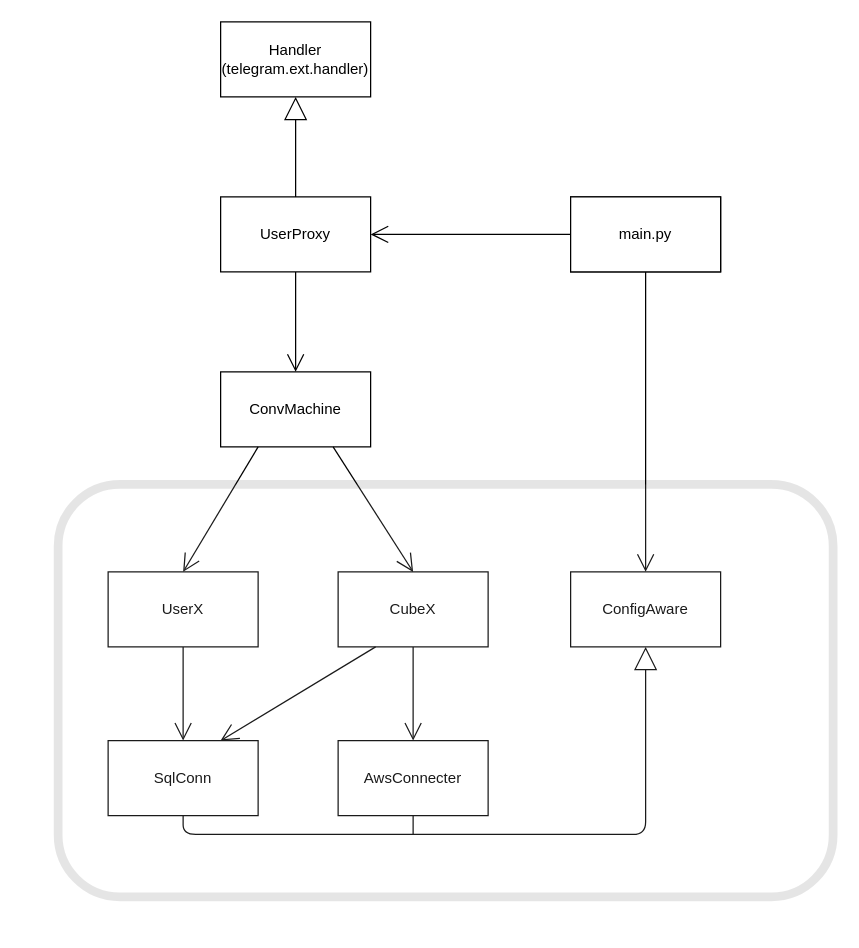
This is docs/source/images/drawio/CubeX.drawio from Andrew001207/CubeX, a draw.io file, before an edit. Source tidied: cells renumbered, new cells numbered last; positions are measured from the earlier drawing's top-left corner, leaving out a move shared by most shapes. Both pictures are drawn from the tidied source at 125%, with x=0, y=0 at pixel (58, 21).
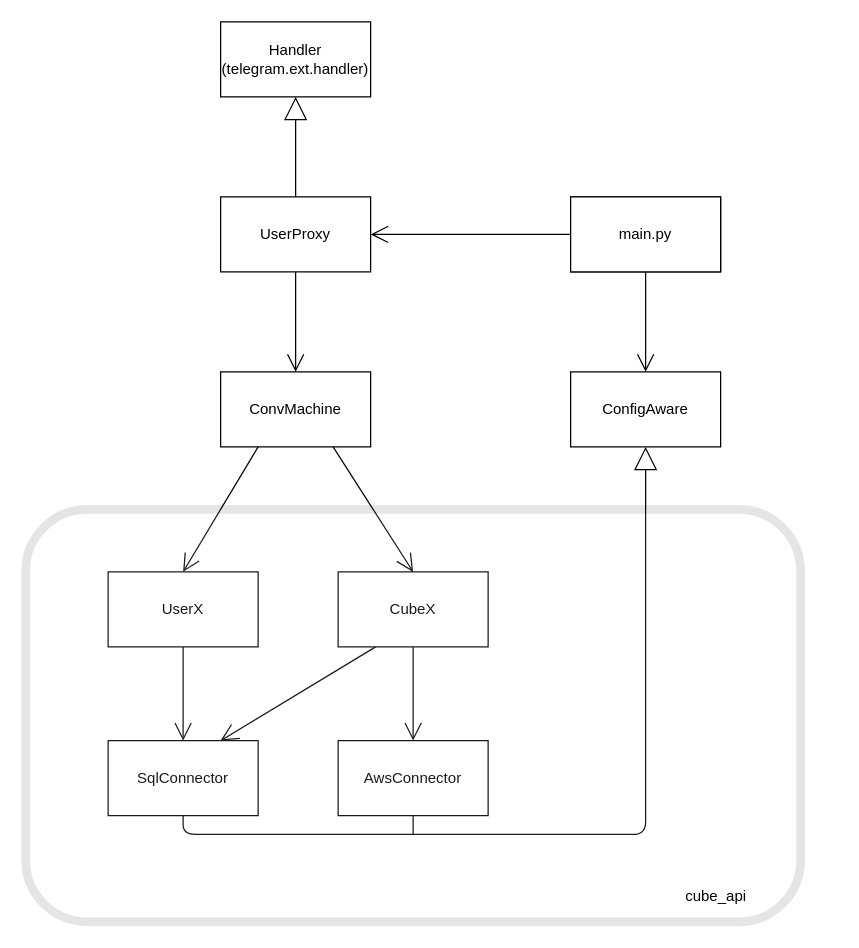
After the change.

Diff of the diagram source:
```diff
@@
-    <mxCell id="3" value="SqlConn" style="rounded=0;whiteSpace=wrap;html=1;" parent="1" vertex="1">
+    <mxCell id="3" value="SqlConnector" style="rounded=0;whiteSpace=wrap;html=1;" parent="1" vertex="1">
       <mxGeometry x="40" y="575" width="120" height="60" as="geometry" />
     </mxCell>
@@
     <mxCell id="7" value="ConfigAware" style="rounded=0;whiteSpace=wrap;html=1;" parent="1" vertex="1">
-      <mxGeometry x="410" y="440" width="120" height="60" as="geometry" />
+      <mxGeometry x="410" y="280" width="120" height="60" as="geometry" />
     </mxCell>
-    <mxCell id="8" value="&lt;div&gt;AwsConnecter&lt;/div&gt;" style="rounded=0;whiteSpace=wrap;html=1;" parent="1" vertex="1">
+    <mxCell id="8" value="&lt;div&gt;AwsConnector&lt;/div&gt;" style="rounded=0;whiteSpace=wrap;html=1;" parent="1" vertex="1">
       <mxGeometry x="224" y="575" width="120" height="60" as="geometry" />
     </mxCell>
@@
     <mxCell id="23" style="rounded=1;whiteSpace=wrap;html=1;opacity=10;strokeWidth=7;" parent="1" vertex="1">
-      <mxGeometry y="370" width="620" height="330" as="geometry" />
+      <mxGeometry x="-26" y="390" width="620" height="330" as="geometry" />
     </mxCell>
+    <mxCell id="24" value="cube_api" style="text;html=1;align=center;verticalAlign=middle;" parent="1" vertex="1">
+      <mxGeometry x="496" y="690" width="60" height="20" as="geometry" />
+    </mxCell>
```
